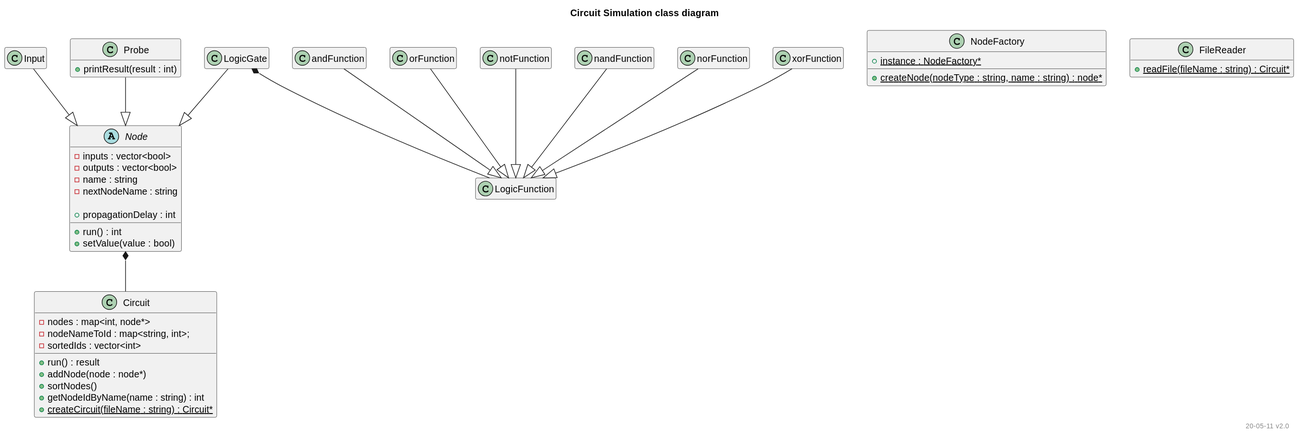
JeeJay23/DEPA_eindopdr keeps this PlantUML diagram as out/documentation/ClassDiagram/classDiagram.svg. Above is the earlier version.
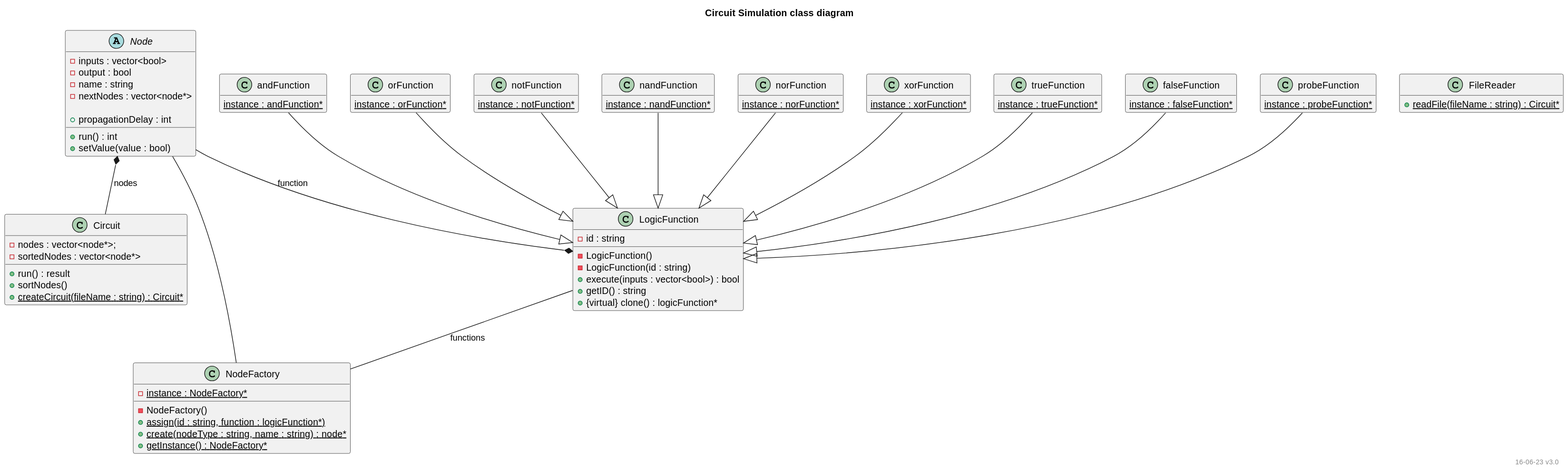
The same diagram one commit later.

Change to the diagram source:
```diff
@@ -1,18 +1,15 @@
 @startuml classDiagram
 
 title Circuit Simulation class diagram
-right footer "20-05-11 v2.0"
+right footer "16-06-23 v3.0"
 
 hide empty members
 
-class logicGate as "LogicGate" {
-}
-
 abstract class node as "Node" {
     - inputs : vector<bool>
-    - outputs : vector<bool>
+    - output : bool
     - name : string
-    - nextNodeName : string
+    - nextNodes : vector<node*>
 
     + propagationDelay : int
     + run() : int
@@ -20,43 +17,77 @@
 }
 
 class logicFunction as "LogicFunction" {
+    - LogicFunction()
+    - LogicFunction(id : string)
+    - id : string
 
+    + execute(inputs : vector<bool>) : bool
+    + getID() : string
+    + {virtual} clone() : logicFunction*
 }
 
 class circuit as "Circuit" {
-    - nodes : map<int, node*>
-    - nodeNameToId : map<string, int>;
-    - sortedIds : vector<int>
+    - nodes : vector<node*>;
+    - sortedNodes : vector<node*>
 
     + run() : result
-    + addNode(node : node*)
     + sortNodes()
-    + getNodeIdByName(name : string) : int
     + {static} createCircuit(fileName : string) : Circuit*
 }
 
-class input as "Input" {
-}
-class probe as "Probe" {
-    + printResult(result : int)
-}
-
 class nodeFactory as "NodeFactory" {
-    + {static} instance : NodeFactory*
-    + {static} createNode(nodeType : string, name : string) : node*
+    - {static} instance : NodeFactory*
+    - NodeFactory()
+    + {static} assign(id : string, function : logicFunction*)
+    + {static} create(nodeType : string, name : string) : node*
+    + {static} getInstance() : NodeFactory*
 }
 
 class fileReader as "FileReader" {
     + {static} readFile(fileName : string) : Circuit*
 }
 
-node *-- circuit
+class andFunction{
+    {static} instance : andFunction*
+}
 
-input --|> node
-probe --|> node
-logicGate --|> node
+class orFunction{
+    {static} instance : orFunction*
+}
 
-logicGate *-- logicFunction
+class notFunction{
+    {static} instance : notFunction*
+}
+
+class nandFunction{
+    {static} instance : nandFunction*
+}
+
+class norFunction{
+    {static} instance : norFunction*
+}
+
+class xorFunction{
+    {static} instance : xorFunction*
+}
+
+class trueFunction{
+    {static} instance : trueFunction*
+}
+
+class falseFunction{
+    {static} instance : falseFunction*
+}
+
+class probeFunction{
+    {static} instance : probeFunction*
+}
+
+node *-- circuit : nodes
+logicFunction -- nodeFactory : functions
+node -- nodeFactory
+
+node --* logicFunction : function
 
 andFunction --|> logicFunction
 orFunction --|> logicFunction
@@ -64,5 +95,8 @@
 nandFunction --|> logicFunction
 norFunction --|> logicFunction
 xorFunction --|> logicFunction
+trueFunction --|> logicFunction
+falseFunction --|> logicFunction
+probeFunction --|> logicFunction
 
 @enduml
```
